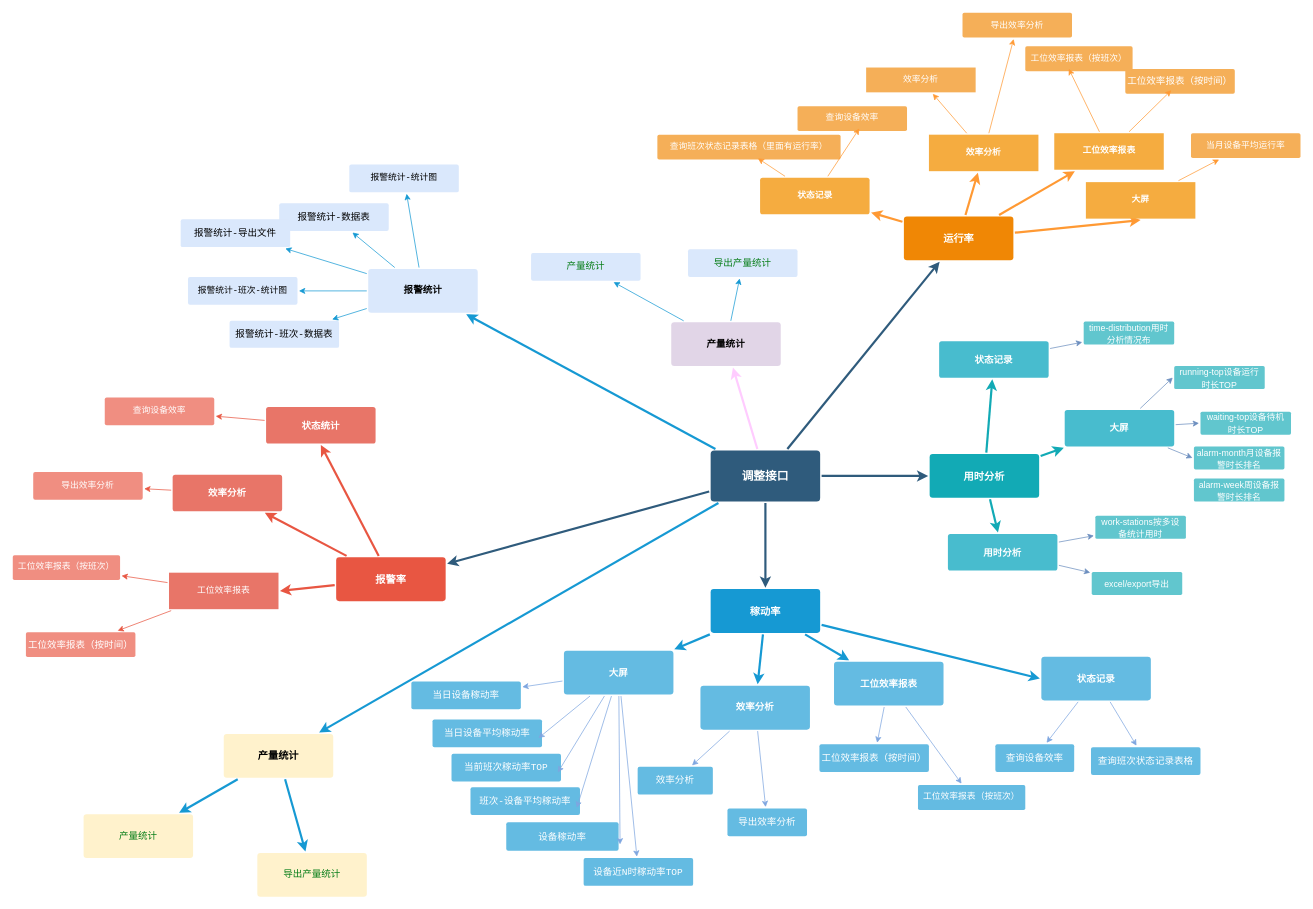
liangleiA/MyRepository keeps this draw.io diagram as 未命名绘图.drawio. Above is the earlier version. Source tidied: cells renumbered, new cells numbered last; positions are measured from the earlier drawing's top-left corner, leaving out a move shared by most shapes. Both pictures are drawn from the tidied source at 73%, with x=0, y=0 at pixel (12, 12).
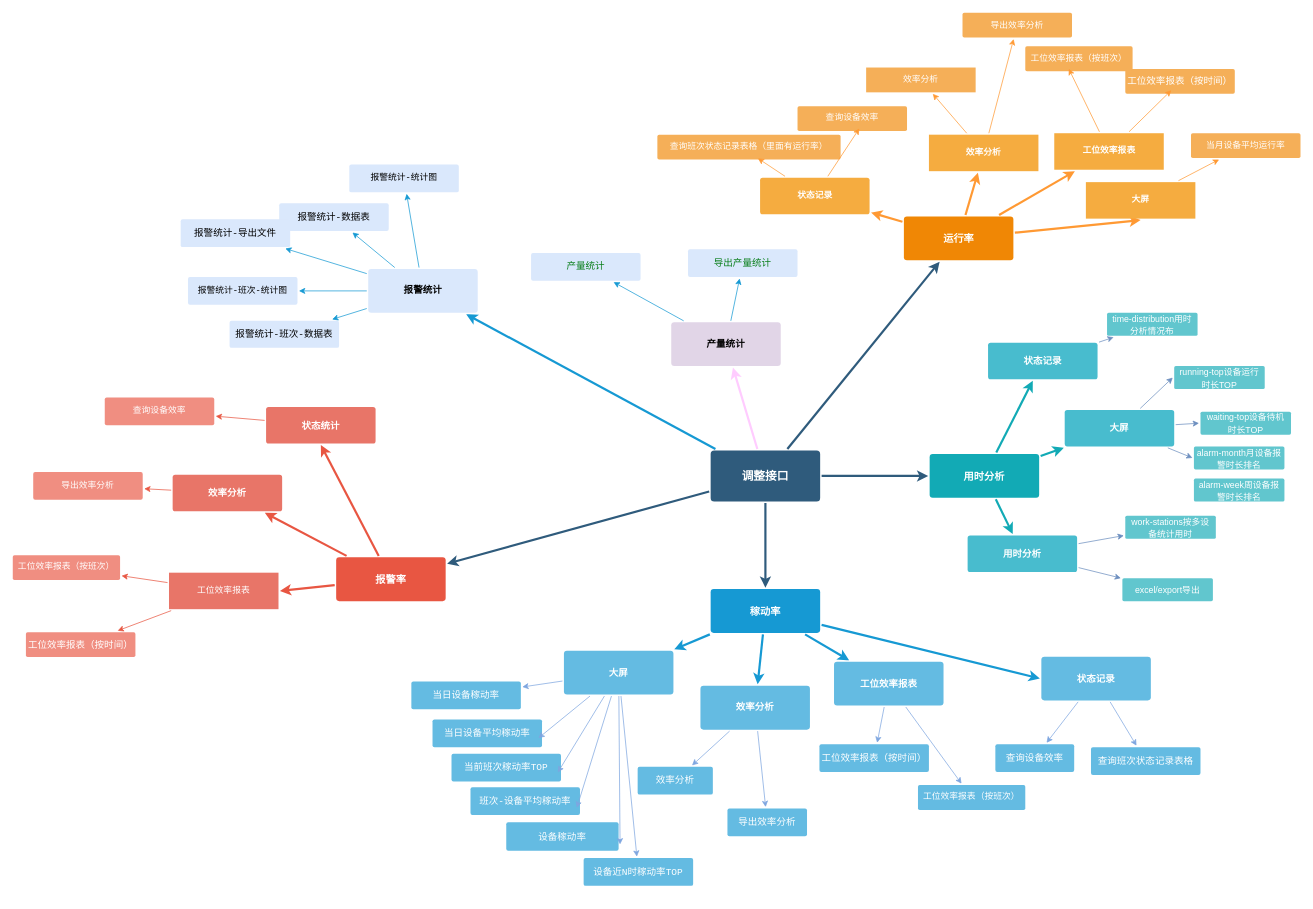
Above is the later version.

Commit message:
休息时间过滤涉及的接口.drawio

Unchanged cells that the change refers to:
```xml
<mxCell id="9" value="调整接口" style="rounded=1;whiteSpace=wrap;html=1;shadow=0;labelBackgroundColor=none;strokeColor=none;strokeWidth=3;fillColor=#2F5B7C;fontFamily=Helvetica;fontSize=16;fontColor=#FFFFFF;align=center;fontStyle=1;spacing=5;arcSize=7;perimeterSpacing=2;" parent="1" vertex="1">
  <mxGeometry x="956" y="599.5" width="150" height="70" as="geometry" />
</mxCell>
```

The edit, as a diff of the source:
```diff
@@
-    <mxCell id="6" style="edgeStyle=none;rounded=0;jettySize=auto;html=1;strokeColor=#1699D3;strokeWidth=3;fontSize=13;fontColor=#FFFFFF;" parent="1" edge="1" source="9" target="108">
-      <mxGeometry relative="1" as="geometry" />
-    </mxCell>
@@
     <mxCell id="42" value="状态记录" style="rounded=1;whiteSpace=wrap;html=1;shadow=0;labelBackgroundColor=none;strokeColor=none;strokeWidth=3;fillColor=#48BCCE;fontFamily=Helvetica;fontSize=13;fontColor=#FFFFFF;align=center;spacing=5;fontStyle=1;arcSize=7;perimeterSpacing=2;" parent="1" vertex="1">
-      <mxGeometry x="1269" y="450" width="150" height="50" as="geometry" />
+      <mxGeometry x="1336" y="452" width="150" height="50" as="geometry" />
     </mxCell>
@@
     <mxCell id="44" value="&lt;font style=&quot;font-size: 12px;&quot;&gt;time-distribution用时分析情况布&lt;/font&gt;" style="rounded=1;whiteSpace=wrap;html=1;shadow=0;labelBackgroundColor=none;strokeColor=none;strokeWidth=3;fillColor=#61c6ce;fontFamily=Helvetica;fontSize=14;fontColor=#FFFFFF;align=center;spacing=5;fontStyle=0;arcSize=7;perimeterSpacing=2;" parent="1" vertex="1">
-      <mxGeometry x="1467" y="423" width="124" height="31.5" as="geometry" />
+      <mxGeometry x="1499" y="411" width="124" height="31.5" as="geometry" />
     </mxCell>
@@
     <mxCell id="48" value="&lt;span style=&quot;font-size: 12px;&quot;&gt;work-stations按多设备统计用时&lt;/span&gt;" style="rounded=1;whiteSpace=wrap;html=1;shadow=0;labelBackgroundColor=none;strokeColor=none;strokeWidth=3;fillColor=#61c6ce;fontFamily=Helvetica;fontSize=14;fontColor=#FFFFFF;align=center;spacing=5;fontStyle=0;arcSize=7;perimeterSpacing=2;" parent="1" vertex="1">
-      <mxGeometry x="1483" y="689" width="124" height="31.5" as="geometry" />
+      <mxGeometry x="1524" y="689" width="124" height="31.5" as="geometry" />
     </mxCell>
@@
     <mxCell id="51" value="用时分析" style="rounded=1;whiteSpace=wrap;html=1;shadow=0;labelBackgroundColor=none;strokeColor=none;strokeWidth=3;fillColor=#48BCCE;fontFamily=Helvetica;fontSize=13;fontColor=#FFFFFF;align=center;spacing=5;fontStyle=1;arcSize=7;perimeterSpacing=2;" parent="1" vertex="1">
-      <mxGeometry x="1281" y="714" width="150" height="50" as="geometry" />
+      <mxGeometry x="1308" y="716" width="150" height="50" as="geometry" />
     </mxCell>
     <mxCell id="52" value="&lt;span style=&quot;font-size: 12px;&quot;&gt;excel/export导出&lt;/span&gt;" style="rounded=1;whiteSpace=wrap;html=1;shadow=0;labelBackgroundColor=none;strokeColor=none;strokeWidth=3;fillColor=#61c6ce;fontFamily=Helvetica;fontSize=14;fontColor=#FFFFFF;align=center;spacing=5;fontStyle=0;arcSize=7;perimeterSpacing=2;" parent="1" vertex="1">
-      <mxGeometry x="1478" y="766" width="124" height="31.5" as="geometry" />
+      <mxGeometry x="1520" y="774.5" width="124" height="31.5" as="geometry" />
     </mxCell>
@@
-    <mxCell id="69" value="&lt;pre style=&quot;color: rgb(8, 8, 8); font-family: 宋体, monospace; font-size: 9.8pt;&quot;&gt;&lt;pre style=&quot;font-family: 宋体, monospace; font-size: 9.8pt;&quot;&gt;&lt;span style=&quot;color:#067d17;&quot;&gt;产量统计&lt;/span&gt;&lt;/pre&gt;&lt;/pre&gt;" style="rounded=1;whiteSpace=wrap;html=1;shadow=0;labelBackgroundColor=none;strokeColor=none;strokeWidth=3;fillColor=#fff2cc;fontFamily=Helvetica;fontSize=14;align=center;spacing=5;arcSize=7;perimeterSpacing=2;" parent="1" vertex="1">
-      <mxGeometry x="97" y="1098" width="150" height="60" as="geometry" />
-    </mxCell>
@@
-    <mxCell id="71" value="&lt;pre style=&quot;color: rgb(8, 8, 8); font-family: 宋体, monospace; font-size: 9.8pt;&quot;&gt;&lt;pre style=&quot;font-family: 宋体, monospace; font-size: 9.8pt;&quot;&gt;&lt;span style=&quot;color:#067d17;&quot;&gt;导出产量统计&lt;/span&gt;&lt;/pre&gt;&lt;/pre&gt;" style="rounded=1;whiteSpace=wrap;html=1;shadow=0;labelBackgroundColor=none;strokeColor=none;strokeWidth=3;fillColor=#fff2cc;fontFamily=Helvetica;fontSize=14;align=center;spacing=5;arcSize=7;perimeterSpacing=2;" parent="1" vertex="1">
-      <mxGeometry x="335" y="1151" width="150" height="60" as="geometry" />
-    </mxCell>
@@
-    <mxCell id="106" style="edgeStyle=none;rounded=0;jettySize=auto;html=1;strokeColor=#1699D3;strokeWidth=3;fontSize=13;fontColor=#FFFFFF;" parent="1" edge="1" source="108" target="69">
-      <mxGeometry relative="1" as="geometry" />
-    </mxCell>
-    <mxCell id="107" style="edgeStyle=none;rounded=0;jettySize=auto;html=1;strokeColor=#1699D3;strokeWidth=3;fontSize=13;fontColor=#FFFFFF;" parent="1" edge="1" source="108" target="71">
-      <mxGeometry relative="1" as="geometry" />
-    </mxCell>
-    <mxCell id="108" value="产量统计" style="rounded=1;whiteSpace=wrap;html=1;shadow=0;labelBackgroundColor=none;strokeColor=none;strokeWidth=3;fillColor=#fff2cc;fontFamily=Helvetica;fontSize=14;align=center;spacing=5;fontStyle=1;arcSize=7;perimeterSpacing=2;" parent="1" vertex="1">
-      <mxGeometry x="289" y="988" width="150" height="60" as="geometry" />
-    </mxCell>
```
